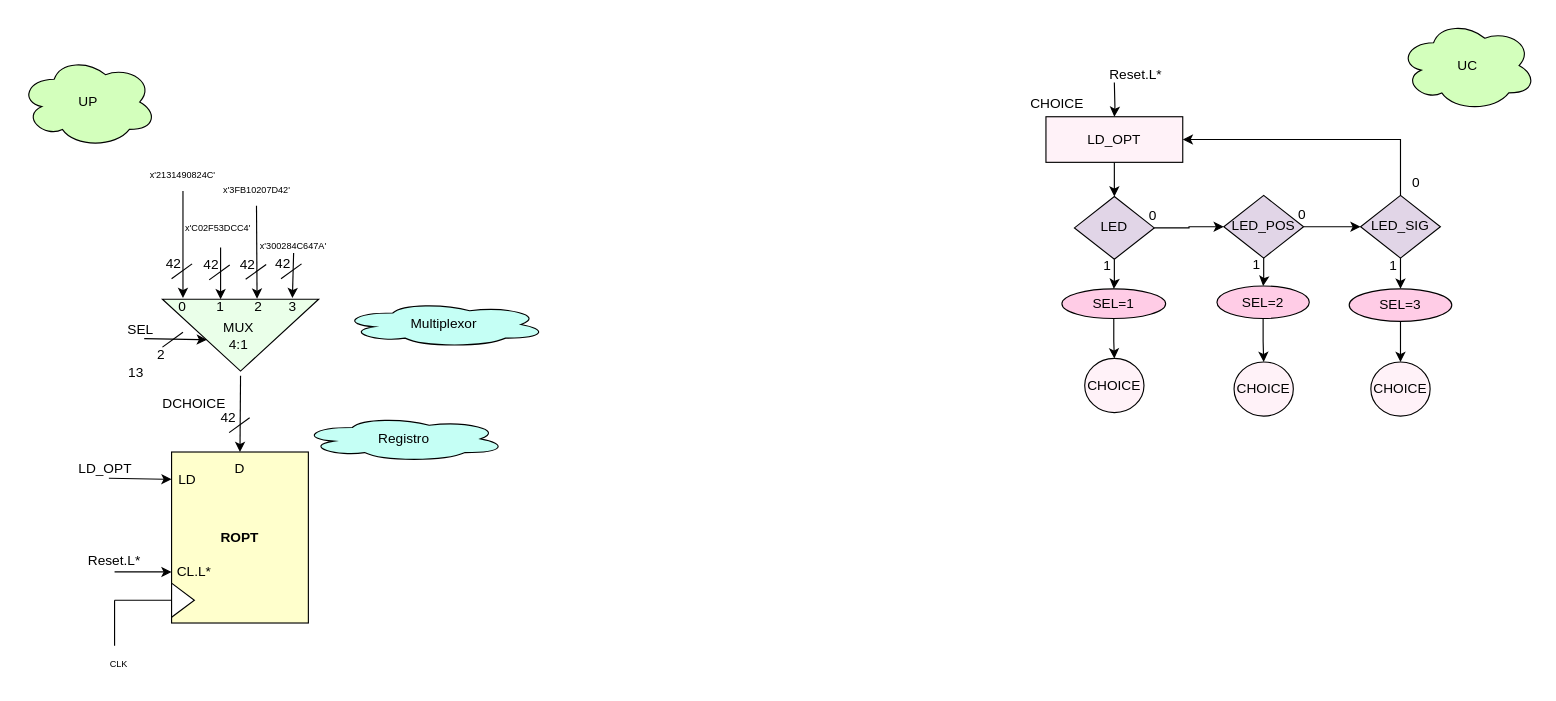
This is Grupo-C4/Proyecto/Documentación/DISPLAY.drawio from AlexAgustin/Grupo-C4, a draw.io file, before an edit. Source tidied: cells renumbered, new cells numbered last; positions are measured from the earlier drawing's top-left corner, leaving out a move shared by most shapes. Both pictures are drawn from the tidied source at 114%, with x=0, y=0 at pixel (19, 19).
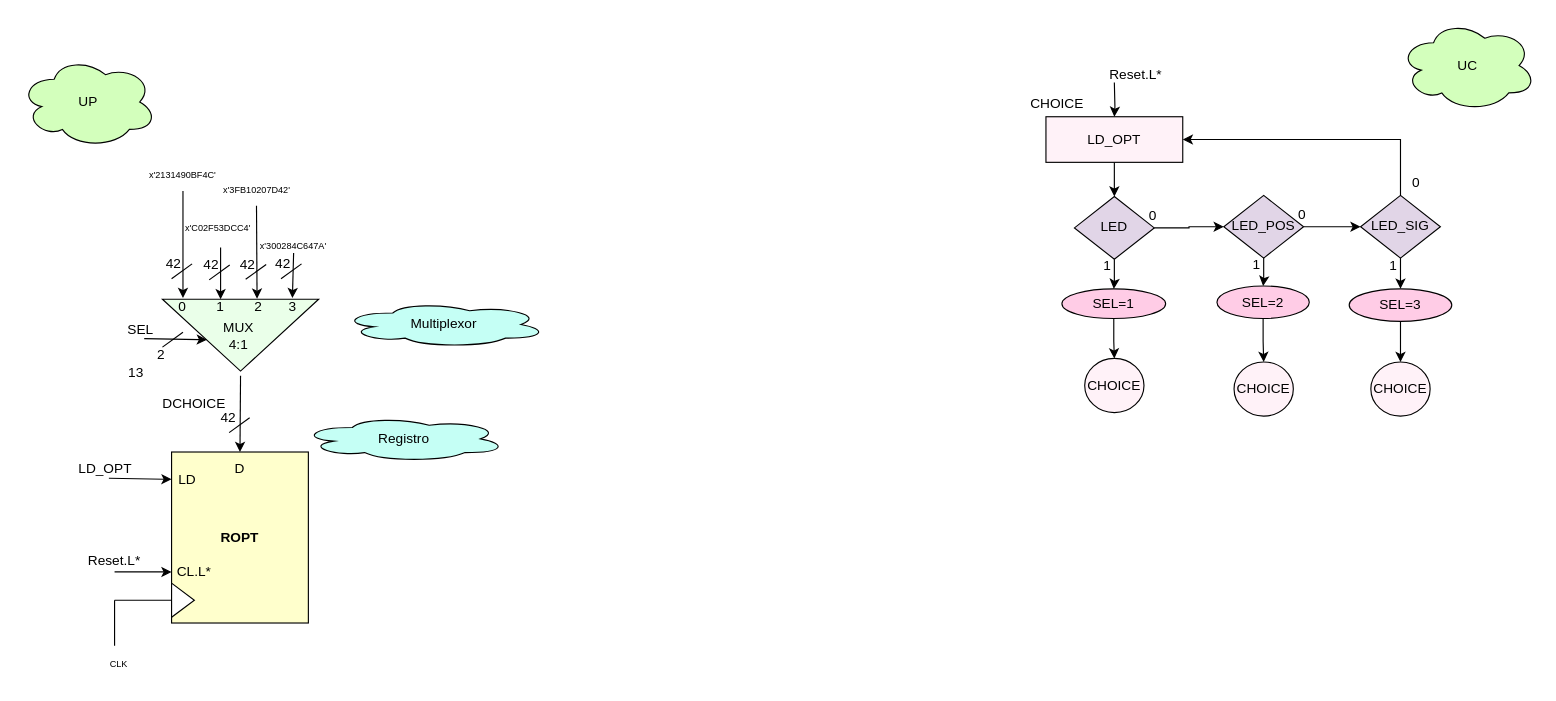
Above is the later version.

The edit, as a diff of the source:
```diff
@@
-    <mxCell id="48" value="&lt;font style=&quot;font-size: 8px;&quot;&gt;x'&lt;/font&gt;&lt;font style=&quot;font-size: 8px;&quot;&gt;2131490824C&lt;/font&gt;&lt;font style=&quot;font-size: 8px;&quot;&gt;'&lt;/font&gt;" style="text;html=1;strokeColor=none;fillColor=none;align=center;verticalAlign=middle;whiteSpace=wrap;rounded=0;" parent="1" vertex="1">
+    <mxCell id="48" value="&lt;font style=&quot;font-size: 8px;&quot;&gt;x'&lt;/font&gt;&lt;font style=&quot;font-size: 8px;&quot;&gt;2131490BF4C&lt;/font&gt;&lt;font style=&quot;font-size: 8px;&quot;&gt;'&lt;/font&gt;" style="text;html=1;strokeColor=none;fillColor=none;align=center;verticalAlign=middle;whiteSpace=wrap;rounded=0;" parent="1" vertex="1">
       <mxGeometry x="113" y="120" width="60" height="30" as="geometry" />
     </mxCell>
```
